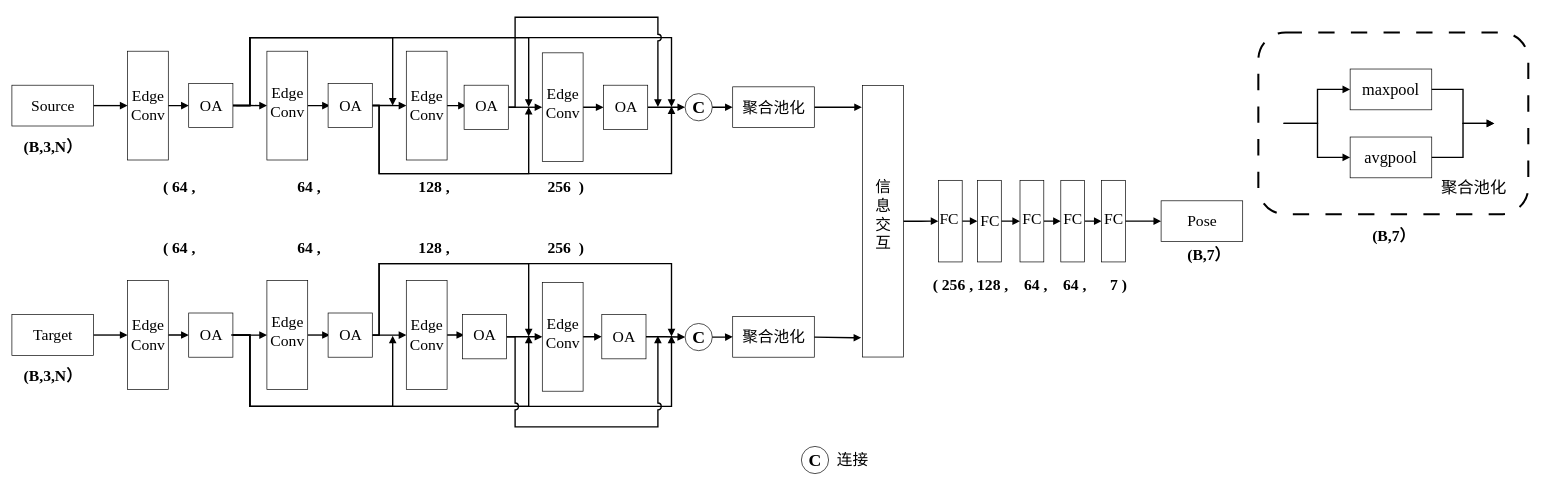
The draw.io diagram 未命名绘图3.drawio in hyxy1906sbr/intelagr, before the edit. Source tidied: cells renumbered, new cells numbered last; positions are measured from the earlier drawing's top-left corner, leaving out a move shared by most shapes. Both pictures are drawn from the tidied source at 68%, with x=0, y=0 at pixel (12, 17).
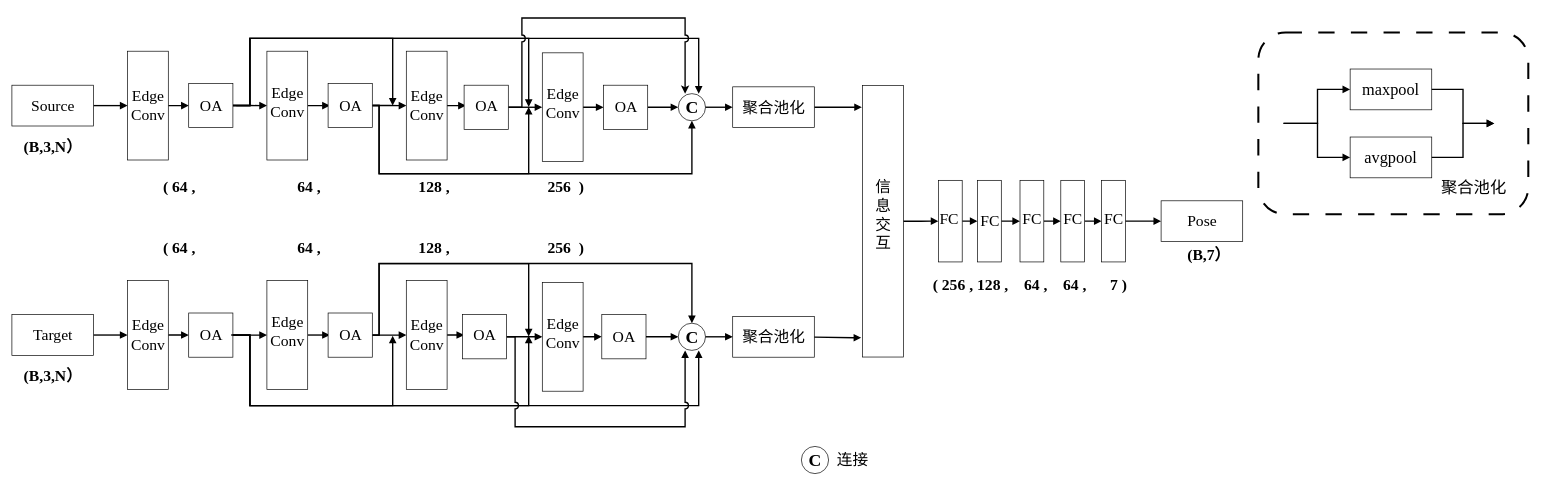
The same diagram, later.

Commit message:
更新未命名绘图3.drawio

The change refers to these unchanged cells:
```xml
<mxCell id="17" style="whiteSpace=wrap;html=1;fontFamily=Times New Roman;fontSize=23;" parent="1" vertex="1">
  <mxGeometry x="260" y="97.2" width="65" height="65" as="geometry" />
</mxCell>
<mxCell id="23" style="whiteSpace=wrap;html=1;fontFamily=Times New Roman;fontSize=23;" parent="1" vertex="1">
  <mxGeometry x="465" y="97.2" width="65" height="65" as="geometry" />
</mxCell>
<mxCell id="30" style="whiteSpace=wrap;html=1;fontFamily=Times New Roman;fontSize=23;" parent="1" vertex="1">
  <mxGeometry x="665" y="99.8" width="65" height="65" as="geometry" />
</mxCell>
<mxCell id="40" value="&lt;b style=&quot;font-size: 26px;&quot;&gt;C&lt;/b&gt;" style="text;html=1;align=center;verticalAlign=middle;points=[];strokeColor=none;fillColor=none;fontSize=23;fontFamily=Times New Roman;" parent="38" vertex="1">
  <mxGeometry width="40" height="40" as="geometry" />
</mxCell>
<mxCell id="54" style="whiteSpace=wrap;html=1;fontFamily=Times New Roman;fontSize=23;" parent="1" vertex="1">
  <mxGeometry x="260" y="434.8" width="65" height="65" as="geometry" />
</mxCell>
<mxCell id="56" value="OA" style="text;html=1;align=center;verticalAlign=middle;points=[];strokeColor=none;fillColor=none;fontSize=23;fontFamily=Times New Roman;" parent="1" vertex="1">
  <mxGeometry x="262.5" y="447.2" width="60" height="40" as="geometry" />
</mxCell>
<mxCell id="60" style="whiteSpace=wrap;html=1;fontFamily=Times New Roman;fontSize=23;" parent="1" vertex="1">
  <mxGeometry x="465" y="434.8" width="65" height="65" as="geometry" />
</mxCell>
<mxCell id="67" style="whiteSpace=wrap;html=1;fontFamily=Times New Roman;fontSize=23;" parent="1" vertex="1">
  <mxGeometry x="662.5" y="437.2" width="65" height="65" as="geometry" />
</mxCell>
<mxCell id="77" value="&lt;b style=&quot;font-size: 26px;&quot;&gt;C&lt;/b&gt;" style="text;html=1;align=center;verticalAlign=middle;points=[];strokeColor=none;fillColor=none;fontSize=23;fontFamily=Times New Roman;" parent="75" vertex="1">
  <mxGeometry width="40" height="40" as="geometry" />
</mxCell>
```

Diff of the diagram source:
```diff
@@
     <mxCell id="15" style="edgeStyle=orthogonalEdgeStyle;rounded=0;jettySize=auto;html=1;strokeWidth=2;fontFamily=宋体;fontSize=24;endArrow=block;endFill=1;" parent="1" edge="1" source="17">
       <mxGeometry relative="1" as="geometry">
         <mxPoint x="760" y="131.8" as="targetPoint" />
         <Array as="points">
-          <mxPoint x="350" y="129.8" />
-          <mxPoint x="350" y="29.8" />
-          <mxPoint x="760" y="29.8" />
+          <mxPoint x="350" y="130" />
+          <mxPoint x="350" y="31" />
+          <mxPoint x="760" y="31" />
         </Array>
       </mxGeometry>
     </mxCell>
-    <mxCell id="16" style="edgeStyle=orthogonalEdgeStyle;rounded=0;jettySize=auto;html=1;strokeWidth=2;fontFamily=宋体;fontSize=24;endArrow=block;endFill=1;" parent="1" edge="1" source="17">
+    <mxCell id="16" style="edgeStyle=orthogonalEdgeStyle;rounded=0;jettySize=auto;html=1;strokeWidth=2;fontFamily=宋体;fontSize=24;endArrow=block;endFill=1;" parent="1" edge="1" source="17" target="40">
       <mxGeometry relative="1" as="geometry">
-        <mxPoint x="970" y="131.8" as="targetPoint" />
         <Array as="points">
-          <mxPoint x="350" y="129.8" />
-          <mxPoint x="350" y="29.8" />
-          <mxPoint x="970" y="29.8" />
-          <mxPoint x="970" y="131.8" />
+          <mxPoint x="350" y="130" />
+          <mxPoint x="350" y="31" />
+          <mxPoint x="1010" y="31" />
         </Array>
       </mxGeometry>
     </mxCell>
@@
     <mxCell id="18" style="edgeStyle=orthogonalEdgeStyle;rounded=0;orthogonalLoop=1;jettySize=auto;html=1;strokeWidth=2;fontFamily=宋体;fontSize=24;endArrow=block;endFill=1;" parent="1" edge="1">
       <mxGeometry relative="1" as="geometry">
         <mxPoint x="330" y="129.8" as="sourcePoint" />
         <mxPoint x="560" y="129.8" as="targetPoint" />
         <Array as="points">
-          <mxPoint x="350" y="129.8" />
-          <mxPoint x="350" y="29.8" />
-          <mxPoint x="560" y="29.8" />
+          <mxPoint x="350" y="130" />
+          <mxPoint x="350" y="31" />
+          <mxPoint x="560" y="31" />
         </Array>
       </mxGeometry>
     </mxCell>
@@
-    <mxCell id="22" style="edgeStyle=orthogonalEdgeStyle;rounded=0;jettySize=auto;html=1;strokeWidth=2;fontFamily=宋体;fontSize=24;endArrow=block;endFill=1;" parent="1" edge="1" source="23">
+    <mxCell id="22" style="edgeStyle=orthogonalEdgeStyle;rounded=0;jettySize=auto;html=1;strokeWidth=2;fontFamily=宋体;fontSize=24;endArrow=block;endFill=1;" parent="1" edge="1" source="23" target="40">
       <mxGeometry relative="1" as="geometry">
-        <mxPoint x="970" y="130.8" as="targetPoint" />
         <Array as="points">
-          <mxPoint x="540" y="129.8" />
-          <mxPoint x="540" y="229.8" />
-          <mxPoint x="970" y="229.8" />
+          <mxPoint x="540" y="130" />
+          <mxPoint x="540" y="230" />
+          <mxPoint x="1000" y="230" />
         </Array>
       </mxGeometry>
     </mxCell>
@@
-    <mxCell id="29" style="edgeStyle=orthogonalEdgeStyle;rounded=0;jettySize=auto;html=1;strokeWidth=2;fontFamily=宋体;fontSize=24;endArrow=block;endFill=1;jumpStyle=arc;jumpSize=8;" parent="1" edge="1" source="30">
-      <mxGeometry relative="1" as="geometry">
-        <mxPoint x="950" y="131.8" as="targetPoint" />
-        <Array as="points">
-          <mxPoint x="740" y="132.8" />
-          <mxPoint x="740" y="-0.2" />
-          <mxPoint x="950" y="-0.2" />
-        </Array>
-      </mxGeometry>
-    </mxCell>
+    <mxCell id="123" style="edgeStyle=orthogonalEdgeStyle;rounded=0;jumpStyle=arc;jumpSize=8;jettySize=auto;html=1;strokeWidth=2;" parent="1" edge="1" source="30" target="40">
+      <mxGeometry relative="1" as="geometry">
+        <Array as="points">
+          <mxPoint x="750" y="132" />
+          <mxPoint x="750" y="1" />
+          <mxPoint x="990" y="1" />
+        </Array>
+      </mxGeometry>
+    </mxCell>
@@
     <mxCell id="38" style="group;fontFamily=Times New Roman;fontSize=23;" parent="1" vertex="1">
-      <mxGeometry x="990" y="112.2" width="40" height="40" as="geometry" />
+      <mxGeometry x="980" y="112.2" width="40" height="40" as="geometry" />
     </mxCell>
@@
     <mxCell id="52" style="edgeStyle=orthogonalEdgeStyle;rounded=0;jumpStyle=arc;jumpSize=8;jettySize=auto;html=1;strokeWidth=2;fontFamily=宋体;fontSize=24;endArrow=block;endFill=1;" parent="1" edge="1" source="54">
       <mxGeometry relative="1" as="geometry">
         <mxPoint x="560" y="468.2" as="targetPoint" />
         <Array as="points">
-          <mxPoint x="350" y="467.2" />
-          <mxPoint x="350" y="572.2" />
-          <mxPoint x="560" y="572.2" />
+          <mxPoint x="350" y="467" />
+          <mxPoint x="350" y="571" />
+          <mxPoint x="560" y="571" />
         </Array>
       </mxGeometry>
     </mxCell>
-    <mxCell id="53" style="edgeStyle=orthogonalEdgeStyle;rounded=0;jumpStyle=none;jumpSize=8;jettySize=auto;html=1;strokeWidth=2;fontFamily=宋体;fontSize=24;endArrow=block;endFill=1;" parent="1" edge="1" source="54">
+    <mxCell id="53" style="edgeStyle=orthogonalEdgeStyle;rounded=0;jumpStyle=none;jumpSize=8;jettySize=auto;html=1;strokeWidth=2;fontFamily=宋体;fontSize=24;endArrow=block;endFill=1;" parent="1" edge="1" source="54" target="77">
       <mxGeometry relative="1" as="geometry">
-        <mxPoint x="970" y="468.2" as="targetPoint" />
         <Array as="points">
-          <mxPoint x="350" y="467.2" />
-          <mxPoint x="350" y="572.2" />
-          <mxPoint x="970" y="572.2" />
+          <mxPoint x="350" y="467" />
+          <mxPoint x="350" y="571" />
+          <mxPoint x="1010" y="571" />
         </Array>
       </mxGeometry>
     </mxCell>
@@
     <mxCell id="55" style="edgeStyle=orthogonalEdgeStyle;rounded=0;jumpStyle=none;jumpSize=8;jettySize=auto;html=1;strokeWidth=2;fontFamily=宋体;fontSize=24;endArrow=block;endFill=1;" parent="1" edge="1" source="56">
       <mxGeometry relative="1" as="geometry">
         <mxPoint x="760" y="468.2" as="targetPoint" />
         <Array as="points">
-          <mxPoint x="350" y="467.2" />
-          <mxPoint x="350" y="572.2" />
-          <mxPoint x="760" y="572.2" />
+          <mxPoint x="350" y="467" />
+          <mxPoint x="350" y="571" />
+          <mxPoint x="760" y="571" />
         </Array>
       </mxGeometry>
     </mxCell>
@@
-    <mxCell id="59" style="edgeStyle=orthogonalEdgeStyle;rounded=0;jumpStyle=none;jumpSize=8;jettySize=auto;html=1;strokeWidth=2;fontFamily=宋体;fontSize=24;endArrow=block;endFill=1;" parent="1" edge="1" source="60">
+    <mxCell id="59" style="edgeStyle=orthogonalEdgeStyle;rounded=0;jumpStyle=none;jumpSize=8;jettySize=auto;html=1;strokeWidth=2;fontFamily=宋体;fontSize=24;endArrow=block;endFill=1;" parent="1" edge="1" source="60" target="77">
       <mxGeometry relative="1" as="geometry">
-        <mxPoint x="970" y="469.2" as="targetPoint" />
         <Array as="points">
-          <mxPoint x="540" y="467.2" />
-          <mxPoint x="540" y="362.2" />
-          <mxPoint x="970" y="362.2" />
+          <mxPoint x="540" y="467" />
+          <mxPoint x="540" y="362" />
+          <mxPoint x="1000" y="362" />
         </Array>
       </mxGeometry>
     </mxCell>
@@
-    <mxCell id="66" style="edgeStyle=orthogonalEdgeStyle;rounded=0;jumpStyle=arc;jumpSize=8;jettySize=auto;html=1;strokeWidth=2;fontFamily=宋体;fontSize=24;endArrow=block;endFill=1;" parent="1" edge="1" source="67">
+    <mxCell id="66" style="edgeStyle=orthogonalEdgeStyle;rounded=0;jumpStyle=arc;jumpSize=8;jettySize=auto;html=1;strokeWidth=2;fontFamily=宋体;fontSize=24;endArrow=block;endFill=1;" parent="1" edge="1" source="67" target="77">
       <mxGeometry relative="1" as="geometry">
-        <mxPoint x="950" y="468.2" as="targetPoint" />
         <Array as="points">
-          <mxPoint x="740" y="469.2" />
-          <mxPoint x="740" y="602.2" />
-          <mxPoint x="950" y="602.2" />
+          <mxPoint x="740" y="470" />
+          <mxPoint x="740" y="602" />
+          <mxPoint x="990" y="602" />
         </Array>
       </mxGeometry>
     </mxCell>
@@
     <mxCell id="75" style="group;fontFamily=Times New Roman;fontSize=23;" parent="1" vertex="1">
-      <mxGeometry x="990" y="450.2" width="40" height="40" as="geometry" />
+      <mxGeometry x="980" y="449.8" width="40" height="40" as="geometry" />
     </mxCell>
@@
-    <mxCell id="121" value="&lt;b&gt;(B,7）&lt;/b&gt;" style="text;html=1;align=center;verticalAlign=middle;strokeColor=none;fillColor=none;fontSize=23;fontFamily=Times New Roman;" parent="1" vertex="1">
-      <mxGeometry x="1986.5" y="301" width="90" height="40" as="geometry" />
-    </mxCell>
```
